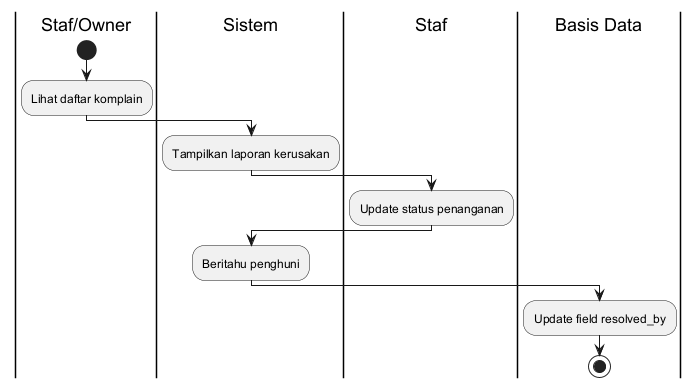
The PlantUML diagram docs/diagrams/7_activity_diagram_lihat_komplain.png in ahmadyasser72/tem-2, before a commit. The source it was exported from:
```plantuml
@startuml
|Staf/Owner|
start
:Lihat daftar komplain;
|Sistem|
:Tampilkan laporan kerusakan;
|Staf|
:Update status penanganan;
|Sistem|
:Beritahu penghuni;
|Basis Data|
:Update field resolved_by;
stop
@enduml
```
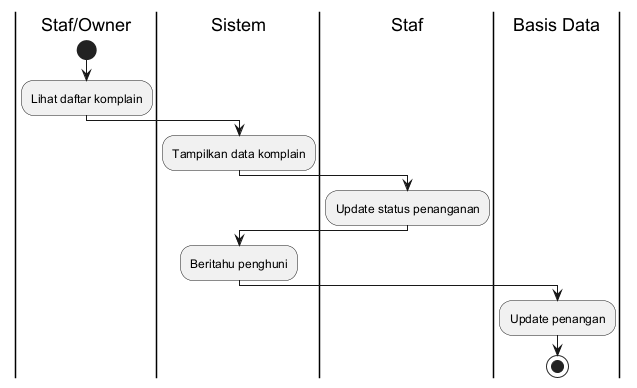
The same diagram one commit later.

Change to the diagram source:
```diff
@@ -3,12 +3,12 @@
 start
 :Lihat daftar komplain;
 |Sistem|
-:Tampilkan laporan kerusakan;
+:Tampilkan data komplain;
 |Staf|
 :Update status penanganan;
 |Sistem|
 :Beritahu penghuni;
 |Basis Data|
-:Update field resolved_by;
+:Update penangan;
 stop
 @enduml
```
